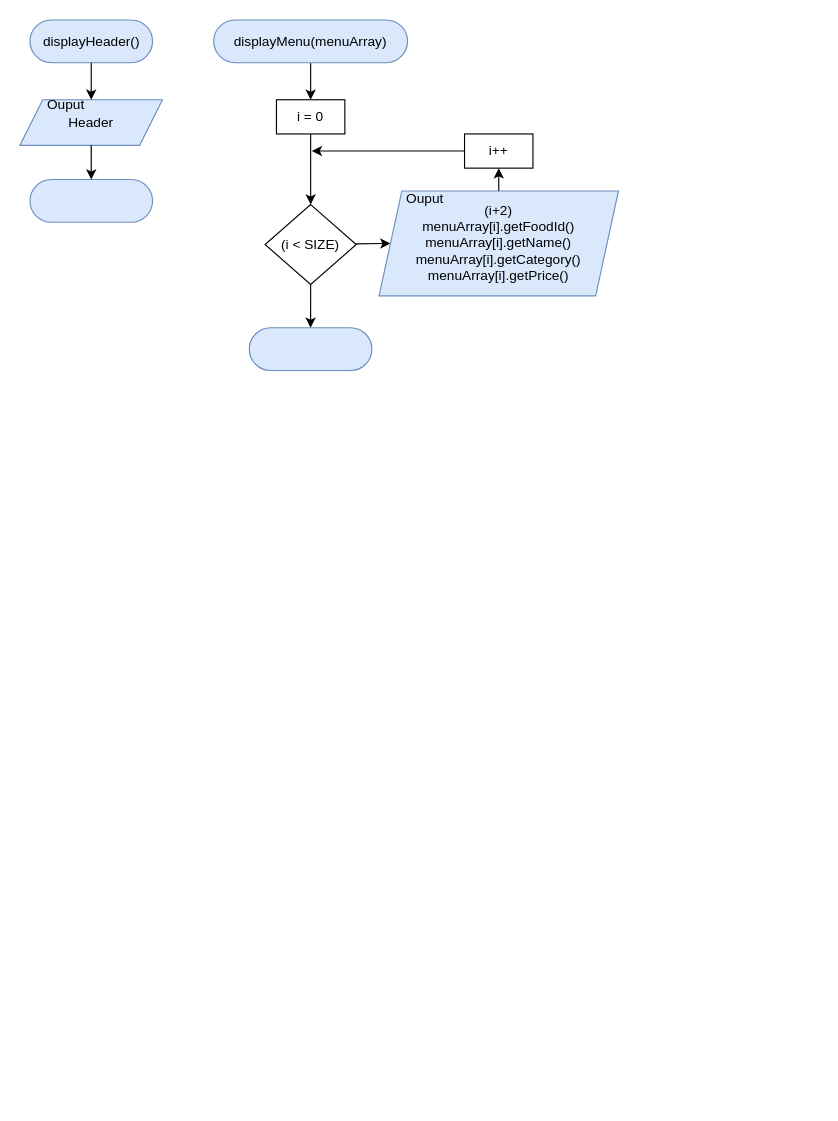
Above: page "OTHER FUNCTION" (5 of 5) of Submission/sec02/Tupperware/classDiagram.drawio in jjn7702/SECJ2013-DSA (draw.io), before the change. Source tidied: cells renumbered, new cells numbered last; positions are measured from the earlier drawing's top-left corner, leaving out a move shared by most shapes. Both pictures are drawn from the tidied source at 114%, with x=0, y=0 at pixel (19, 19).
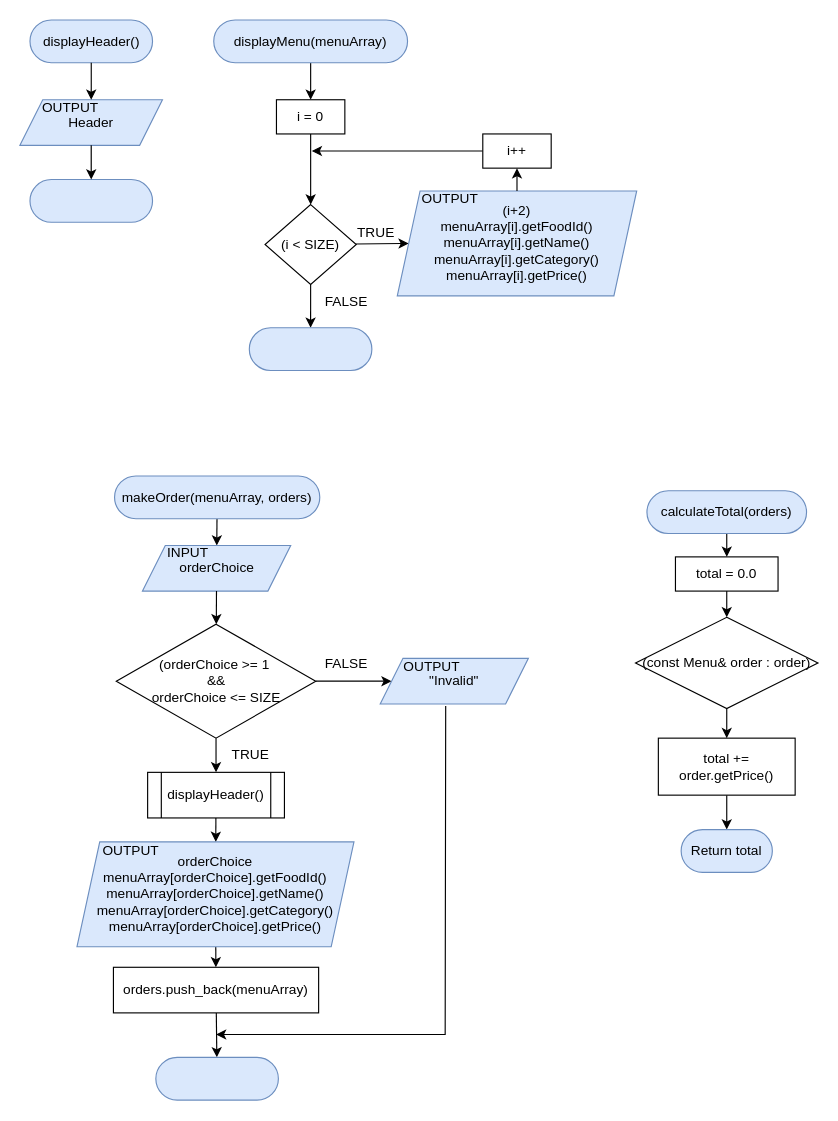
Above is the later version.

The change refers to these unchanged cells:
```xml
<mxCell id="3" style="group;fillColor=none;strokeColor=none;" parent="1" vertex="1">
  <mxGeometry y="60" width="125" height="50" as="geometry" />
</mxCell>
```

Change to the diagram source:
```diff
@@
-    <mxCell id="5" value="Ouput" style="text;html=1;align=center;verticalAlign=middle;strokeColor=none;fillColor=none;" parent="3" vertex="1">
-      <mxGeometry x="10" width="60" height="30" as="geometry" />
+    <mxCell id="5" value="OUTPUT" style="text;html=1;align=center;verticalAlign=middle;strokeColor=none;fillColor=none;" parent="3" vertex="1">
+      <mxGeometry x="9" y="2" width="70" height="30" as="geometry" />
     </mxCell>
@@
     <mxCell id="16" style="group;" parent="1" vertex="1">
-      <mxGeometry x="315" y="142" width="210" height="100" as="geometry" />
+      <mxGeometry x="331" y="142" width="210" height="100" as="geometry" />
     </mxCell>
@@
-    <mxCell id="18" value="Ouput" style="text;html=1;align=center;verticalAlign=middle;strokeColor=none;fillColor=none;" parent="16" vertex="1">
-      <mxGeometry x="10" width="60" height="30" as="geometry" />
+    <mxCell id="18" value="OUTPUT" style="text;html=1;align=center;verticalAlign=middle;strokeColor=none;fillColor=none;" parent="16" vertex="1">
+      <mxGeometry x="11" width="70" height="30" as="geometry" />
     </mxCell>
@@
     <mxCell id="20" value="i++" style="whiteSpace=wrap;html=1;" parent="1" vertex="1">
-      <mxGeometry x="390" y="100" width="60" height="30" as="geometry" />
+      <mxGeometry x="406" y="100" width="60" height="30" as="geometry" />
     </mxCell>
@@
+    <mxCell id="23" style="edgeStyle=none;rounded=0;html=1;" parent="1" edge="1" source="24" target="26">
+      <mxGeometry relative="1" as="geometry" />
+    </mxCell>
+    <mxCell id="24" value="makeOrder(menuArray, orders)" style="rounded=1;whiteSpace=wrap;html=1;glass=0;labelBackgroundColor=none;fillColor=#dae8fc;arcSize=50;strokeColor=#6c8ebf;" parent="1" vertex="1">
+      <mxGeometry x="83" y="400" width="180" height="37.5" as="geometry" />
+    </mxCell>
+    <mxCell id="25" style="group;fillColor=none;strokeColor=none;" parent="1" vertex="1">
+      <mxGeometry x="107.5" y="451" width="130" height="50" as="geometry" />
+    </mxCell>
+    <mxCell id="26" value="orderChoice" style="shape=parallelogram;perimeter=parallelogramPerimeter;whiteSpace=wrap;html=1;fixedSize=1;fillColor=#dae8fc;strokeColor=#6c8ebf;" parent="25" vertex="1">
+      <mxGeometry y="10" width="130" height="40" as="geometry" />
+    </mxCell>
+    <mxCell id="27" value="INPUT" style="text;html=1;align=center;verticalAlign=middle;strokeColor=none;fillColor=none;" parent="25" vertex="1">
+      <mxGeometry x="9.4" y="1.7" width="60" height="30" as="geometry" />
+    </mxCell>
+    <mxCell id="28" style="edgeStyle=none;rounded=0;html=1;" parent="1" edge="1" source="30" target="33">
+      <mxGeometry relative="1" as="geometry" />
+    </mxCell>
+    <mxCell id="29" style="edgeStyle=none;rounded=0;html=1;entryX=0;entryY=0.5;entryDx=0;entryDy=0;" parent="1" edge="1" source="30" target="41">
+      <mxGeometry relative="1" as="geometry" />
+    </mxCell>
+    <mxCell id="30" value="(orderChoice &amp;gt;= 1&amp;nbsp;&lt;br&gt;&amp;amp;&amp;amp;&lt;br&gt;orderChoice &amp;lt;= SIZE" style="rhombus;whiteSpace=wrap;html=1;" parent="1" vertex="1">
+      <mxGeometry x="84.5" y="530" width="175" height="100" as="geometry" />
+    </mxCell>
+    <mxCell id="31" style="edgeStyle=none;rounded=0;html=1;" parent="1" edge="1" source="26" target="30">
+      <mxGeometry relative="1" as="geometry" />
+    </mxCell>
+    <mxCell id="32" style="edgeStyle=none;rounded=0;html=1;" parent="1" edge="1" source="33" target="36">
+      <mxGeometry relative="1" as="geometry" />
+    </mxCell>
+    <mxCell id="33" value="displayHeader()" style="shape=process;whiteSpace=wrap;html=1;backgroundOutline=1;" parent="1" vertex="1">
+      <mxGeometry x="112" y="660" width="120" height="40" as="geometry" />
+    </mxCell>
+    <mxCell id="34" value="TRUE" style="text;html=1;align=center;verticalAlign=middle;strokeColor=none;fillColor=none;" parent="1" vertex="1">
+      <mxGeometry x="172" y="630" width="60" height="30" as="geometry" />
+    </mxCell>
+    <mxCell id="35" style="edgeStyle=none;rounded=0;html=1;" parent="1" edge="1" source="36" target="39">
+      <mxGeometry relative="1" as="geometry" />
+    </mxCell>
+    <mxCell id="36" value="orderChoice&lt;br&gt;menuArray[orderChoice].getFoodId()&lt;br&gt;menuArray[orderChoice].getName()&lt;br&gt;menuArray[orderChoice].getCategory()&lt;br&gt;menuArray[orderChoice].getPrice()" style="shape=parallelogram;perimeter=parallelogramPerimeter;whiteSpace=wrap;html=1;fixedSize=1;fillColor=#dae8fc;strokeColor=#6c8ebf;" parent="1" vertex="1">
+      <mxGeometry x="50" y="721" width="243" height="92" as="geometry" />
+    </mxCell>
+    <mxCell id="37" value="OUTPUT" style="text;html=1;align=center;verticalAlign=middle;strokeColor=none;fillColor=none;" parent="1" vertex="1">
+      <mxGeometry x="62" y="714" width="70" height="30" as="geometry" />
+    </mxCell>
+    <mxCell id="38" style="edgeStyle=none;rounded=0;html=1;" parent="1" edge="1" source="39" target="43">
+      <mxGeometry relative="1" as="geometry" />
+    </mxCell>
+    <mxCell id="39" value="orders.push_back(menuArray)" style="whiteSpace=wrap;html=1;" parent="1" vertex="1">
+      <mxGeometry x="82" y="831" width="180" height="40" as="geometry" />
+    </mxCell>
+    <mxCell id="40" style="group;fillColor=none;strokeColor=none;" parent="1" vertex="1">
+      <mxGeometry x="316" y="550" width="130" height="50" as="geometry" />
+    </mxCell>
+    <mxCell id="41" value="&quot;Invalid&quot;" style="shape=parallelogram;perimeter=parallelogramPerimeter;whiteSpace=wrap;html=1;fixedSize=1;fillColor=#dae8fc;strokeColor=#6c8ebf;" parent="40" vertex="1">
+      <mxGeometry y="10" width="130" height="40" as="geometry" />
+    </mxCell>
+    <mxCell id="42" value="OUTPUT" style="text;html=1;align=center;verticalAlign=middle;strokeColor=none;fillColor=none;" parent="40" vertex="1">
+      <mxGeometry x="10" y="3" width="70" height="30" as="geometry" />
+    </mxCell>
+    <mxCell id="43" style="rounded=1;whiteSpace=wrap;html=1;glass=0;labelBackgroundColor=none;fillColor=#dae8fc;arcSize=50;strokeColor=#6c8ebf;" parent="1" vertex="1">
+      <mxGeometry x="119.2" y="910" width="107.5" height="37.5" as="geometry" />
+    </mxCell>
+    <mxCell id="44" style="edgeStyle=none;rounded=0;html=1;exitX=0.442;exitY=1.043;exitDx=0;exitDy=0;exitPerimeter=0;" parent="1" edge="1" source="41">
+      <mxGeometry relative="1" as="geometry">
+        <mxPoint x="172" y="890" as="targetPoint" />
+        <Array as="points">
+          <mxPoint x="373" y="890" />
+        </Array>
+      </mxGeometry>
+    </mxCell>
+    <mxCell id="45" value="FALSE" style="text;html=1;align=center;verticalAlign=middle;strokeColor=none;fillColor=none;" parent="1" vertex="1">
+      <mxGeometry x="256" y="550" width="60" height="30" as="geometry" />
+    </mxCell>
+    <mxCell id="46" value="TRUE" style="text;html=1;align=center;verticalAlign=middle;strokeColor=none;fillColor=none;" parent="1" vertex="1">
+      <mxGeometry x="282" y="172" width="60" height="30" as="geometry" />
+    </mxCell>
+    <mxCell id="47" value="FALSE" style="text;html=1;align=center;verticalAlign=middle;strokeColor=none;fillColor=none;" parent="1" vertex="1">
+      <mxGeometry x="256" y="232" width="60" height="30" as="geometry" />
+    </mxCell>
+    <mxCell id="48" style="edgeStyle=none;rounded=0;html=1;" parent="1" edge="1" source="49" target="51">
+      <mxGeometry relative="1" as="geometry" />
+    </mxCell>
+    <mxCell id="49" value="calculateTotal(orders)" style="rounded=1;whiteSpace=wrap;html=1;glass=0;labelBackgroundColor=none;fillColor=#dae8fc;arcSize=50;strokeColor=#6c8ebf;" parent="1" vertex="1">
+      <mxGeometry x="550" y="413" width="140" height="37.5" as="geometry" />
+    </mxCell>
+    <mxCell id="50" style="edgeStyle=none;rounded=0;html=1;" parent="1" edge="1" source="51" target="53">
+      <mxGeometry relative="1" as="geometry" />
+    </mxCell>
+    <mxCell id="51" value="total = 0.0" style="whiteSpace=wrap;html=1;" parent="1" vertex="1">
+      <mxGeometry x="575" y="471" width="90" height="30" as="geometry" />
+    </mxCell>
+    <mxCell id="52" style="edgeStyle=none;rounded=0;html=1;" parent="1" edge="1" source="53" target="55">
+      <mxGeometry relative="1" as="geometry" />
+    </mxCell>
+    <mxCell id="53" value="(const Menu&amp;amp; order : order)" style="rhombus;whiteSpace=wrap;html=1;" parent="1" vertex="1">
+      <mxGeometry x="540" y="524" width="160" height="80" as="geometry" />
+    </mxCell>
+    <mxCell id="54" style="edgeStyle=none;rounded=0;html=1;" parent="1" edge="1" source="55" target="56">
+      <mxGeometry relative="1" as="geometry" />
+    </mxCell>
+    <mxCell id="55" value="total += order.getPrice()" style="whiteSpace=wrap;html=1;" parent="1" vertex="1">
+      <mxGeometry x="560" y="630" width="120" height="50" as="geometry" />
+    </mxCell>
+    <mxCell id="56" value="Return total" style="rounded=1;whiteSpace=wrap;html=1;glass=0;labelBackgroundColor=none;fillColor=#dae8fc;arcSize=50;strokeColor=#6c8ebf;" parent="1" vertex="1">
+      <mxGeometry x="580" y="710.2" width="80" height="37.5" as="geometry" />
+    </mxCell>
```
